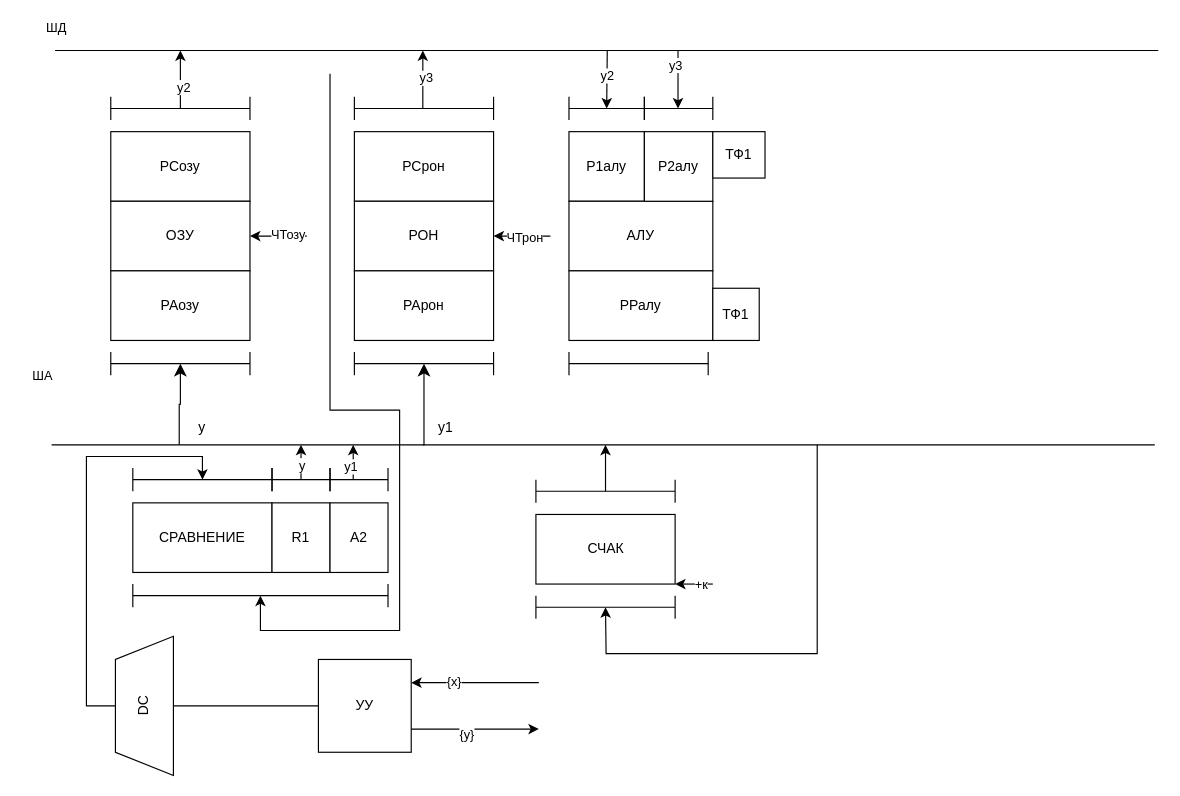
Above: Schematics/Untitled Diagram.drawio in Idontlikeni/fourth_semestr (draw.io), before the change. Source tidied: cells renumbered, new cells numbered last; positions are measured from the earlier drawing's top-left corner, leaving out a move shared by most shapes. Both pictures are drawn from the tidied source at 116%, with x=0, y=0 at pixel (51, 50).
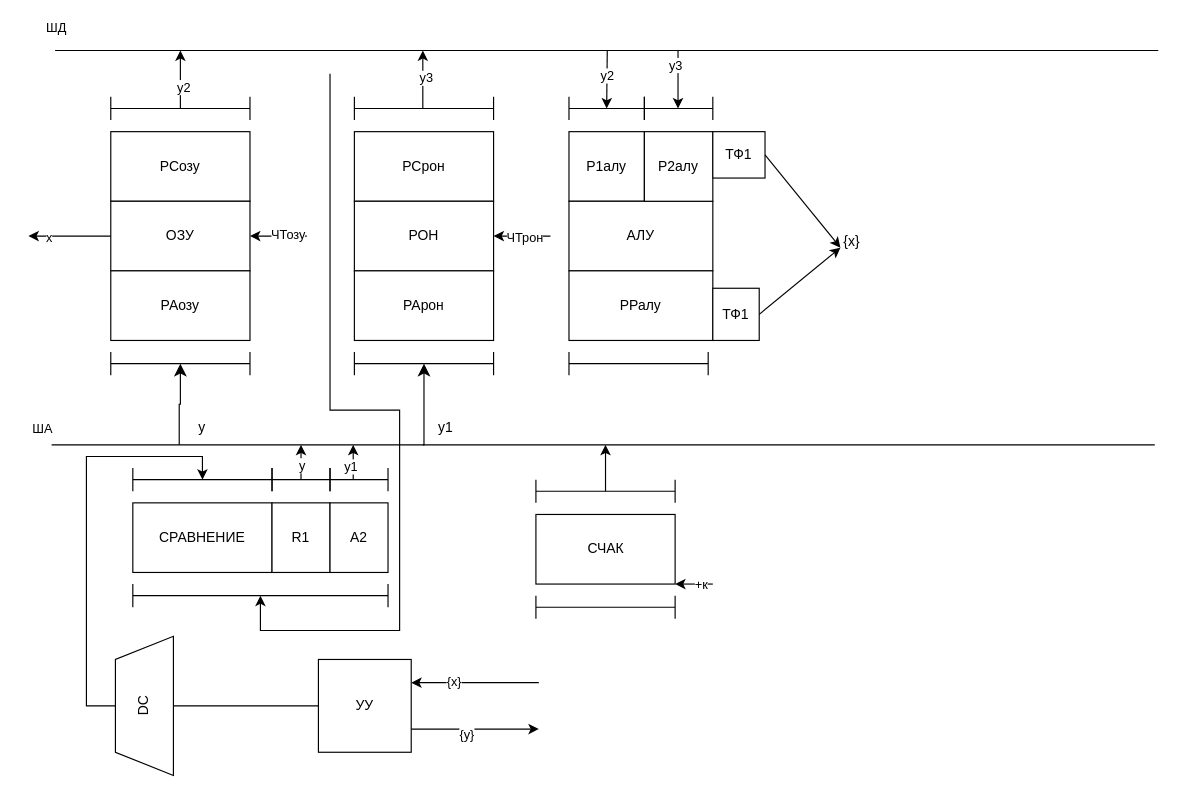
The same diagram, later.

The change refers to these unchanged cells:
```xml
<mxCell id="8" value="ОЗУ" style="rounded=0;whiteSpace=wrap;html=1;" parent="1" vertex="1">
  <mxGeometry x="51" y="130" width="120" height="60" as="geometry" />
</mxCell>
<mxCell id="16" style="endArrow=none;html=1;rounded=0;" parent="1" edge="1">
  <mxGeometry relative="1" as="geometry">
    <mxPoint y="340" as="sourcePoint" />
    <mxPoint x="951" y="340" as="targetPoint" />
  </mxGeometry>
</mxCell>
<mxCell id="22" value="ТФ1" style="rounded=0;whiteSpace=wrap;html=1;" parent="1" vertex="1">
  <mxGeometry x="570" y="70" width="45" height="40" as="geometry" />
</mxCell>
<mxCell id="23" value="ТФ1" style="rounded=0;whiteSpace=wrap;html=1;direction=south;" parent="1" vertex="1">
  <mxGeometry x="570" y="205" width="40" height="45" as="geometry" />
</mxCell>
<mxCell id="27" style="shape=crossbar;whiteSpace=wrap;html=1;rounded=1;" parent="1" vertex="1">
  <mxGeometry x="417.5" y="470" width="120" height="20" as="geometry" />
</mxCell>
```

Diff of the diagram source:
```diff
@@
     <mxCell id="17" value="ША" style="edgeLabel;html=1;align=center;verticalAlign=middle;" parent="16" vertex="1">
       <mxGeometry x="-0.96" relative="1" as="geometry">
-        <mxPoint x="-28" y="-60" as="offset" />
+        <mxPoint x="-28" y="-15" as="offset" />
       </mxGeometry>
     </mxCell>
@@
-    <mxCell id="41" style="endArrow=classic;html=1;rounded=0;entryX=0.5;entryY=0.5;entryDx=0;entryDy=0;entryPerimeter=0;" parent="1" edge="1" target="27">
-      <mxGeometry relative="1" as="geometry">
-        <mxPoint x="660" y="340" as="sourcePoint" />
-        <Array as="points">
-          <mxPoint x="660" y="520" />
-          <mxPoint x="570" y="520" />
-          <mxPoint x="478" y="520" />
-        </Array>
-      </mxGeometry>
-    </mxCell>
@@
+    <mxCell id="68" style="endArrow=classic;html=1;rounded=0;exitX=0;exitY=0.5;exitDx=0;exitDy=0;" parent="1" edge="1" source="8">
+      <mxGeometry relative="1" as="geometry">
+        <mxPoint x="-20" y="160" as="targetPoint" />
+      </mxGeometry>
+    </mxCell>
+    <mxCell id="69" value="x" style="edgeLabel;html=1;align=center;verticalAlign=middle;" parent="68" vertex="1">
+      <mxGeometry x="0.53" y="1" relative="1" as="geometry" />
+    </mxCell>
+    <mxCell id="70" style="endArrow=classic;html=1;rounded=0;exitX=1;exitY=0.5;exitDx=0;exitDy=0;" parent="1" edge="1" source="22">
+      <mxGeometry relative="1" as="geometry">
+        <mxPoint x="680" y="170" as="targetPoint" />
+      </mxGeometry>
+    </mxCell>
+    <mxCell id="71" style="endArrow=classic;html=1;rounded=0;exitX=0.5;exitY=0;exitDx=0;exitDy=0;" parent="1" edge="1" source="23">
+      <mxGeometry relative="1" as="geometry">
+        <mxPoint x="680" y="170" as="targetPoint" />
+      </mxGeometry>
+    </mxCell>
+    <mxCell id="72" value="{x}" style="text;html=1;align=center;verticalAlign=middle;whiteSpace=wrap;rounded=0;" parent="1" vertex="1">
+      <mxGeometry x="660" y="150" width="60" height="30" as="geometry" />
+    </mxCell>
```
